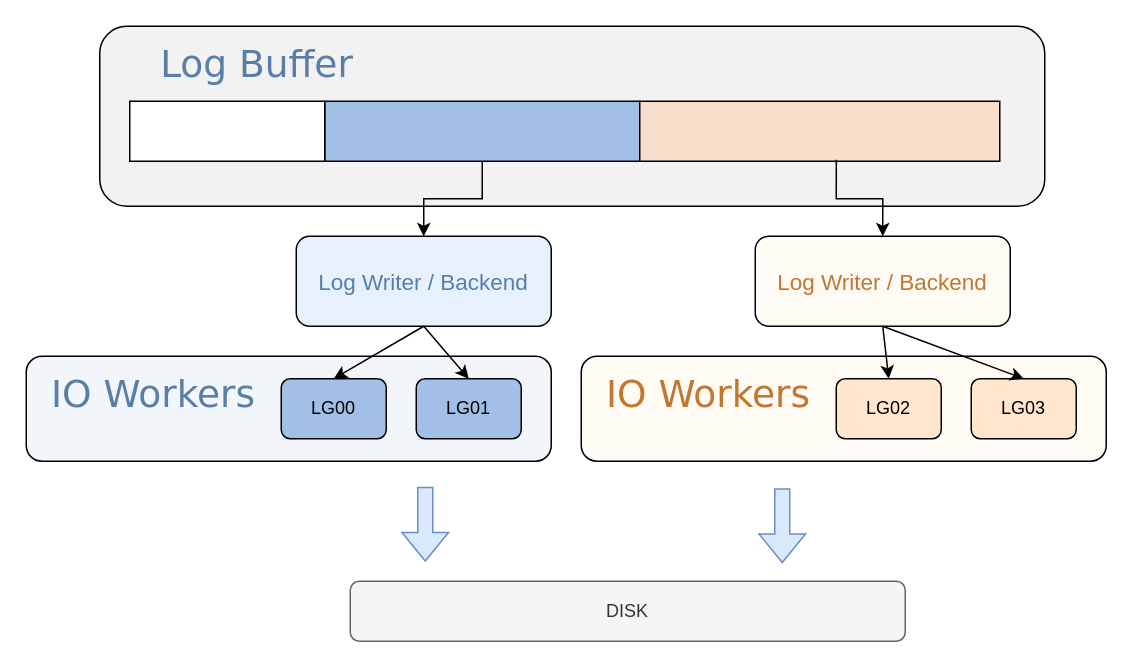
Earlier version of the draw.io diagram page "第 2 页" (2 of 2) of PG-AIO调度逻辑.drawio (QuincyXiang/MarkdownImages). Source tidied: cells renumbered, new cells numbered last; positions are measured from the earlier drawing's top-left corner, leaving out a move shared by most shapes. Both pictures are drawn from the tidied source at 150%, with x=0, y=0 at pixel (26, 26).
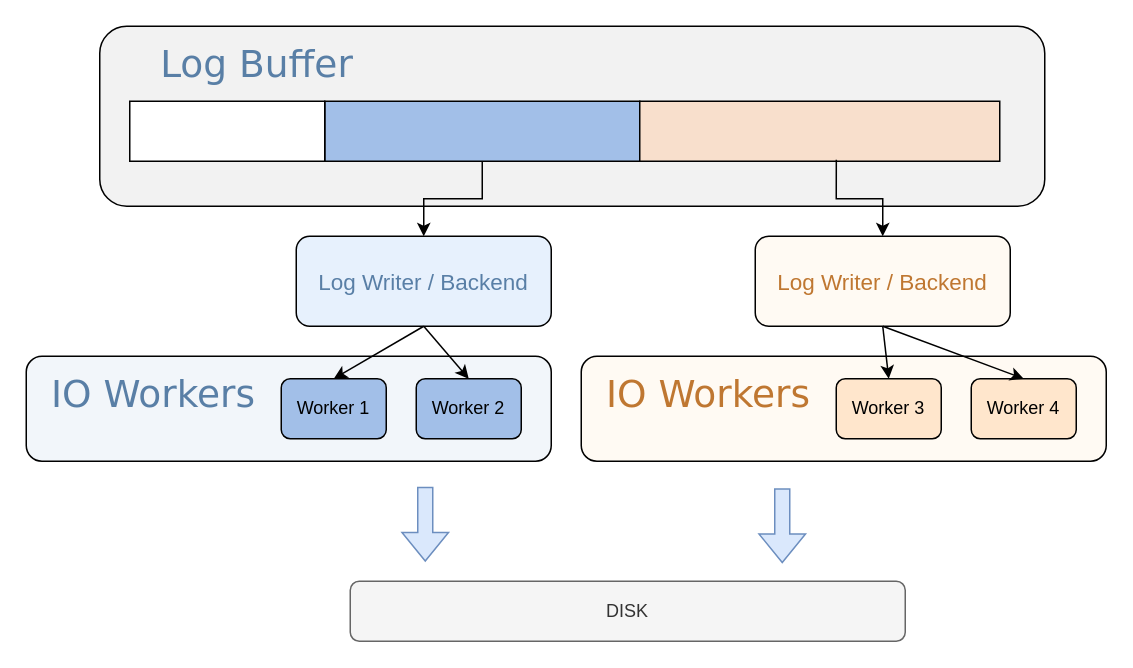
The same page after the edit.

Commit message:
更新PG-AIO调度逻辑.drawio

Change to the diagram source:
```diff
@@
-    <mxCell id="9" value="LG00" style="rounded=1;whiteSpace=wrap;html=1;fillColor=light-dark(#a2bfe8, #ededed);" parent="1" vertex="1">
+    <mxCell id="9" value="Worker 1" style="rounded=1;whiteSpace=wrap;html=1;fillColor=light-dark(#a2bfe8, #ededed);" parent="1" vertex="1">
       <mxGeometry x="170" y="235" width="70" height="40" as="geometry" />
     </mxCell>
-    <mxCell id="10" value="LG01" style="rounded=1;whiteSpace=wrap;html=1;fillColor=light-dark(#a2bfe8, #ededed);" parent="1" vertex="1">
+    <mxCell id="10" value="Worker 2" style="rounded=1;whiteSpace=wrap;html=1;fillColor=light-dark(#a2bfe8, #ededed);" parent="1" vertex="1">
       <mxGeometry x="260" y="235" width="70" height="40" as="geometry" />
     </mxCell>
@@
-    <mxCell id="19" value="LG02" style="rounded=1;whiteSpace=wrap;html=1;fillColor=light-dark(#ffe6cc, #ededed);" parent="1" vertex="1">
+    <mxCell id="19" value="Worker 3" style="rounded=1;whiteSpace=wrap;html=1;fillColor=light-dark(#ffe6cc, #ededed);" parent="1" vertex="1">
       <mxGeometry x="540" y="235" width="70" height="40" as="geometry" />
     </mxCell>
-    <mxCell id="20" value="LG03" style="rounded=1;whiteSpace=wrap;html=1;fillColor=light-dark(#ffe6cc, #ededed);" parent="1" vertex="1">
+    <mxCell id="20" value="Worker 4" style="rounded=1;whiteSpace=wrap;html=1;fillColor=light-dark(#ffe6cc, #ededed);" parent="1" vertex="1">
       <mxGeometry x="630" y="235" width="70" height="40" as="geometry" />
     </mxCell>
```
